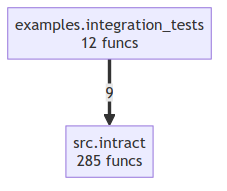
Earlier version of the Mermaid export project/compact_flow.png (semcod/intract). Its source is kept beside it as project/compact_flow.mmd.
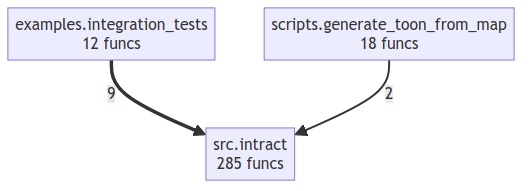
After the change.

Change to the diagram source:
```diff
@@ -1,4 +1,6 @@
 flowchart TD
     examples__integration_tests["examples.integration_tests<br/>12 funcs"]
+    scripts__generate_toon_from_map["scripts.generate_toon_from_map<br/>18 funcs"]
     src__intract["src.intract<br/>285 funcs"]
     examples__integration_tests ==>|9| src__intract
+    scripts__generate_toon_from_map -->|2| src__intract
```
